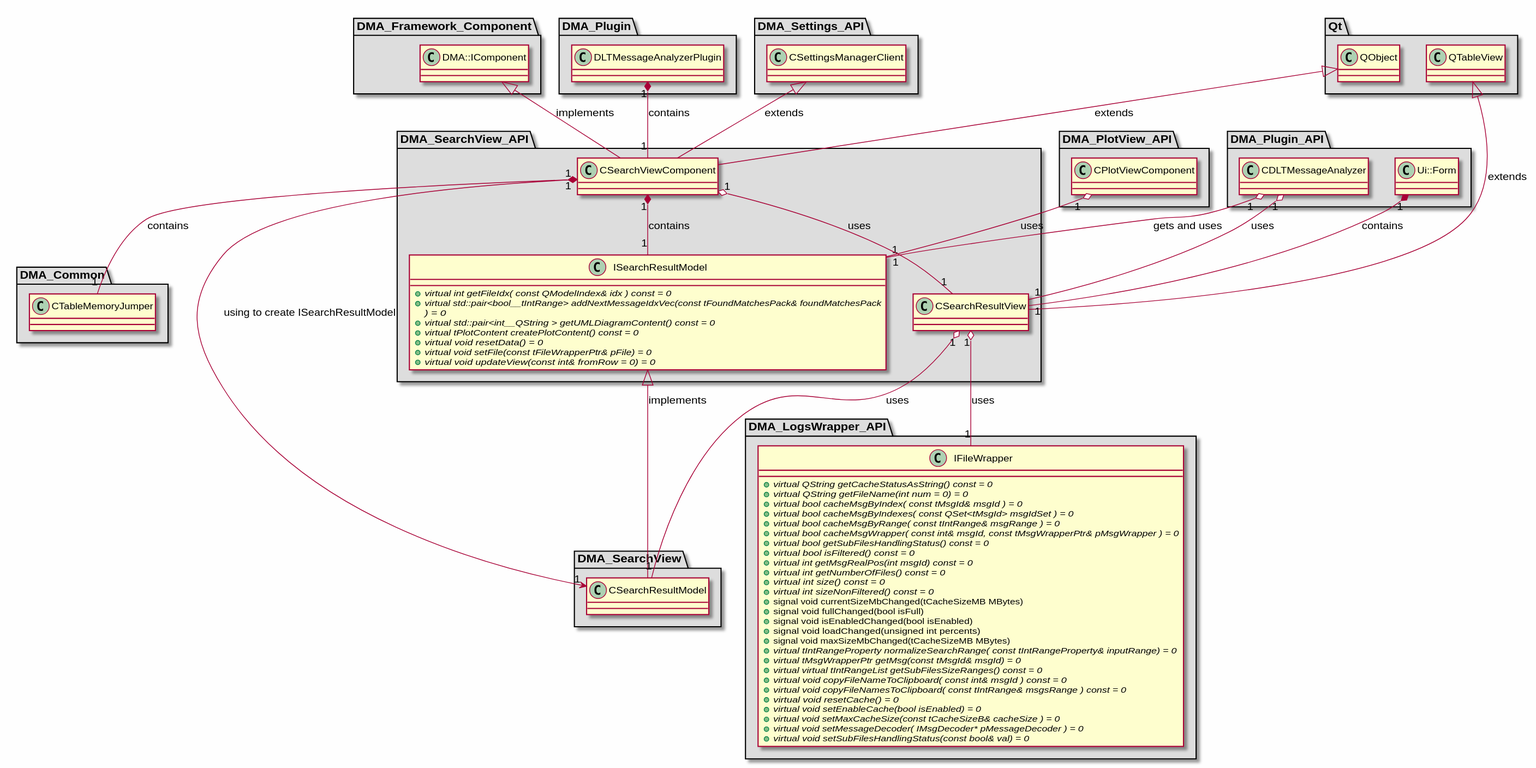
svlad-90/DLT-Message-Analyzer keeps this PlantUML diagram as md/dev_docs/puml/DMA_SearchView_API.svg. Above is the earlier version.
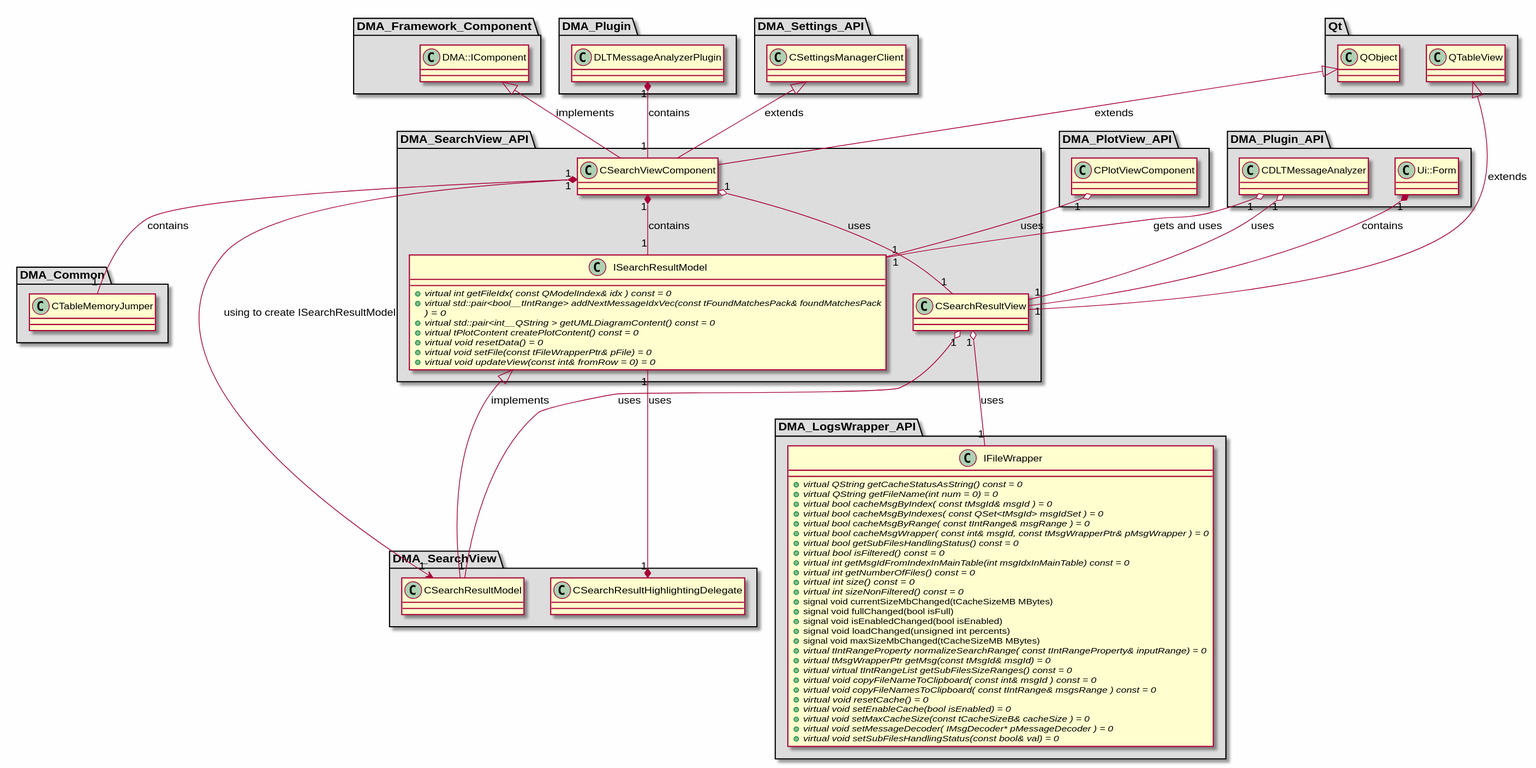
The same diagram one commit later.

What changed in the source:
```diff
@@ -33,7 +33,7 @@
     + {abstract} virtual bool cacheMsgWrapper( const int& msgId, const tMsgWrapperPtr& pMsgWrapper ) = 0
     + {abstract} virtual bool getSubFilesHandlingStatus() const = 0
     + {abstract} virtual bool isFiltered() const = 0
-    + {abstract} virtual int getMsgRealPos(int msgId) const = 0
+    + {abstract} virtual int getMsgIdFromIndexInMainTable(int msgIdxInMainTable) const = 0
     + {abstract} virtual int getNumberOfFiles() const = 0
     + {abstract} virtual int size() const = 0
     + {abstract} virtual int sizeNonFiltered() const = 0
@@ -89,6 +89,10 @@
 
 package "DMA_SearchView" #DDDDDD
 {
+
+class "CSearchResultHighlightingDelegate"
+{
+}
 
 class "CSearchResultModel"
 {
@@ -153,6 +157,7 @@
 CDLTMessageAnalyzer "1" o-- "1" CSearchResultView : uses
 CDLTMessageAnalyzer "1" o-- "1" ISearchResultModel : gets and uses
 Ui::Form "1" *-- "1" CSearchResultView : contains
+CSearchResultHighlightingDelegate "1" *-- "1" ISearchResultModel : uses
 CSearchResultView "1" o-- "1" CSearchResultModel : uses
 CSearchResultView "1" o-- "1" IFileWrapper : uses
 CSearchViewComponent "1" --> "1" CSearchResultModel : using to create ISearchResultModel
```
